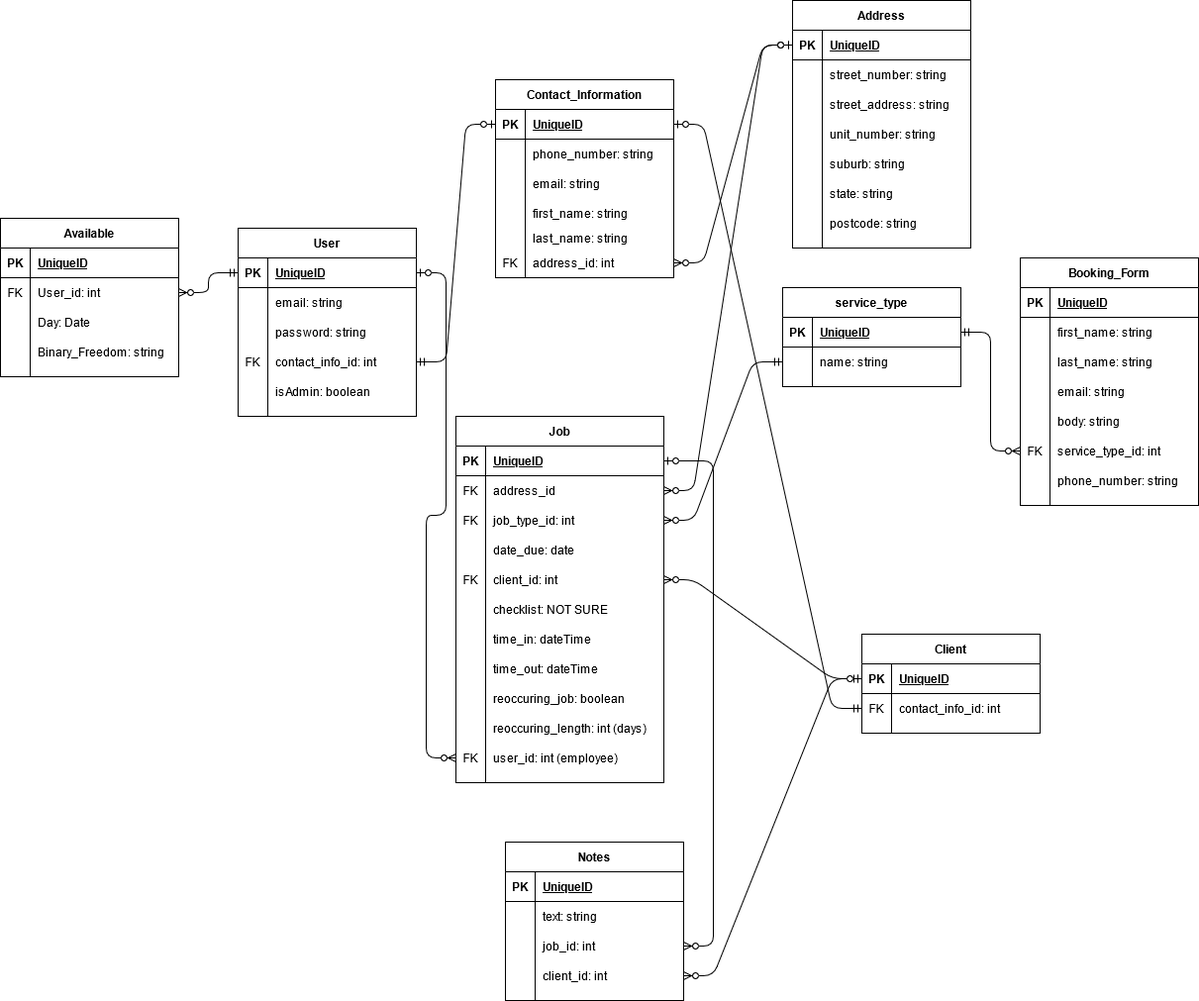
Brayydzz/T3A2-A-Full-Stack-App keeps this draw.io diagram as docs/T3A2-ERD.png. Above is the earlier version. Source tidied: cells renumbered, new cells last; positions are measured from the earlier drawing's top-left corner, leaving out a move shared by most shapes.
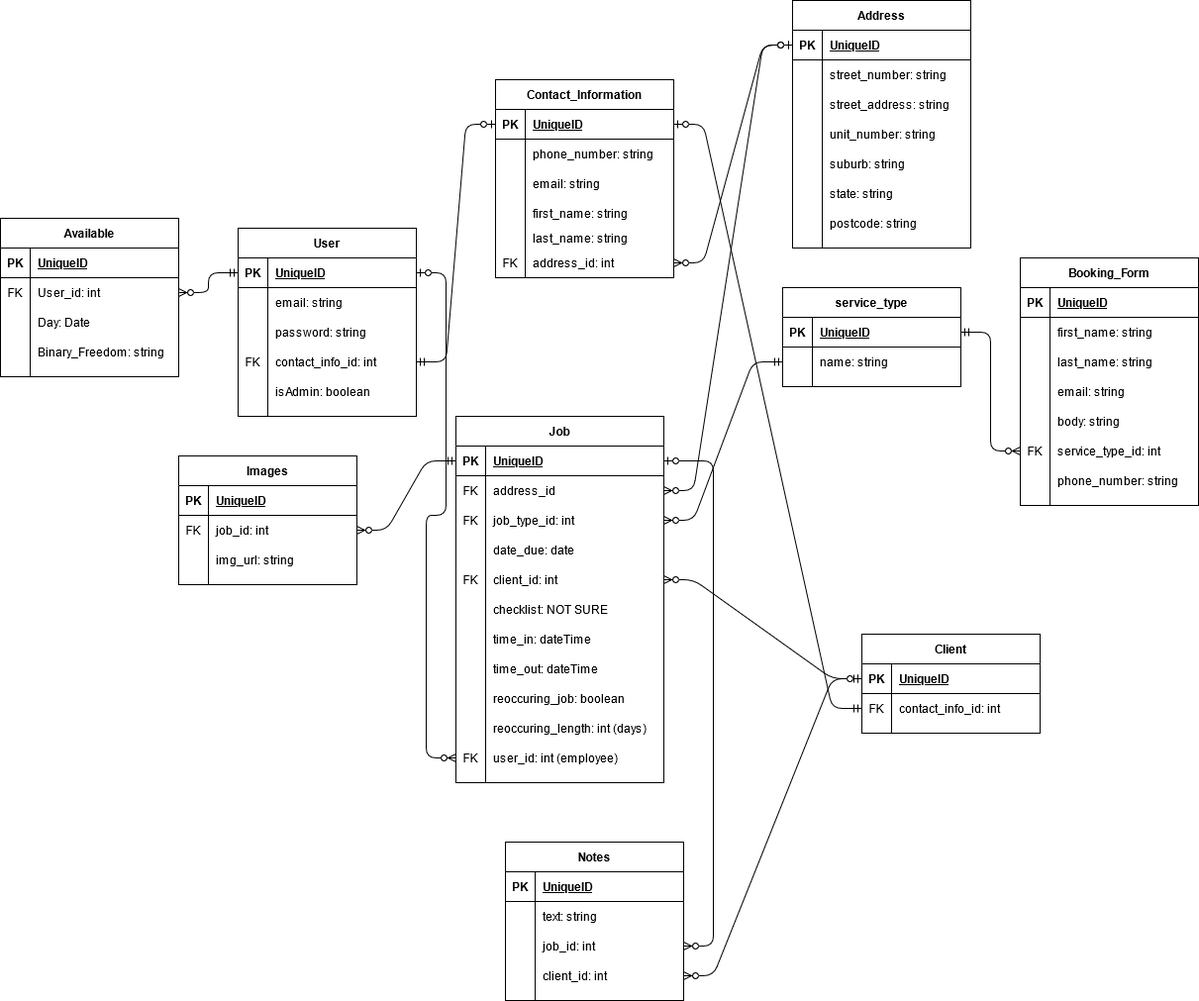
The same file after the commit.

What changed in the source:
```diff
@@ -494,5 +494,38 @@
     <mxCell id="165" style="edgeStyle=entityRelationEdgeStyle;fontSize=12;html=1;endArrow=ERzeroToMany;startArrow=ERzeroToOne;" parent="1" edge="1" source="143" target="34">
       <mxGeometry relative="1" as="geometry" />
     </mxCell>
+    <mxCell id="166" value="Images" style="shape=table;startSize=30;rowLines=0;fontStyle=1;align=center;" parent="1" vertex="1">
+      <mxGeometry x="180" y="460" width="180" height="130" as="geometry" />
+    </mxCell>
+    <mxCell id="167" style="shape=partialRectangle;fillColor=none;top=0;left=0;bottom=1;right=0;" parent="166" vertex="1">
+      <mxGeometry y="30" width="180" height="30" as="geometry" />
+    </mxCell>
+    <mxCell id="168" value="PK" style="shape=partialRectangle;fillColor=none;top=0;left=0;bottom=0;right=0;fontStyle=1;overflow=hidden;" parent="167" vertex="1">
+      <mxGeometry width="30" height="30" as="geometry" />
+    </mxCell>
+    <mxCell id="169" value="UniqueID" style="shape=partialRectangle;fillColor=none;top=0;left=0;bottom=0;right=0;align=left;spacingLeft=6;fontStyle=5;overflow=hidden;" parent="167" vertex="1">
+      <mxGeometry x="30" width="150" height="30" as="geometry" />
+    </mxCell>
+    <mxCell id="170" style="shape=partialRectangle;fillColor=none;top=0;left=0;bottom=0;right=0;points=[[0,0.5],[1,0.5]];portConstraint=eastwest;" parent="166" vertex="1">
+      <mxGeometry y="60" width="180" height="30" as="geometry" />
+    </mxCell>
+    <mxCell id="171" value="FK" style="shape=partialRectangle;fillColor=none;top=0;left=0;bottom=0;right=0;overflow=hidden;" parent="170" vertex="1">
+      <mxGeometry width="30" height="30" as="geometry" />
+    </mxCell>
+    <mxCell id="172" value="job_id: int" style="shape=partialRectangle;fillColor=none;top=0;left=0;bottom=0;right=0;align=left;spacingLeft=6;overflow=hidden;" parent="170" vertex="1">
+      <mxGeometry x="30" width="150" height="30" as="geometry" />
+    </mxCell>
+    <mxCell id="173" style="shape=partialRectangle;fillColor=none;top=0;left=0;bottom=0;right=0;" parent="166" vertex="1">
+      <mxGeometry y="90" width="180" height="30" as="geometry" />
+    </mxCell>
+    <mxCell id="174" style="shape=partialRectangle;fillColor=none;top=0;left=0;bottom=0;right=0;overflow=hidden;" parent="173" vertex="1">
+      <mxGeometry width="30" height="30" as="geometry" />
+    </mxCell>
+    <mxCell id="175" value="img_url: string" style="shape=partialRectangle;fillColor=none;top=0;left=0;bottom=0;right=0;align=left;spacingLeft=6;overflow=hidden;" parent="173" vertex="1">
+      <mxGeometry x="30" width="150" height="30" as="geometry" />
+    </mxCell>
+    <mxCell id="176" style="edgeStyle=entityRelationEdgeStyle;fontSize=12;html=1;endArrow=ERzeroToMany;startArrow=ERmandOne;" parent="1" edge="1" source="38" target="170">
+      <mxGeometry relative="1" as="geometry" />
+    </mxCell>
   </root>
 </mxGraphModel>
```
